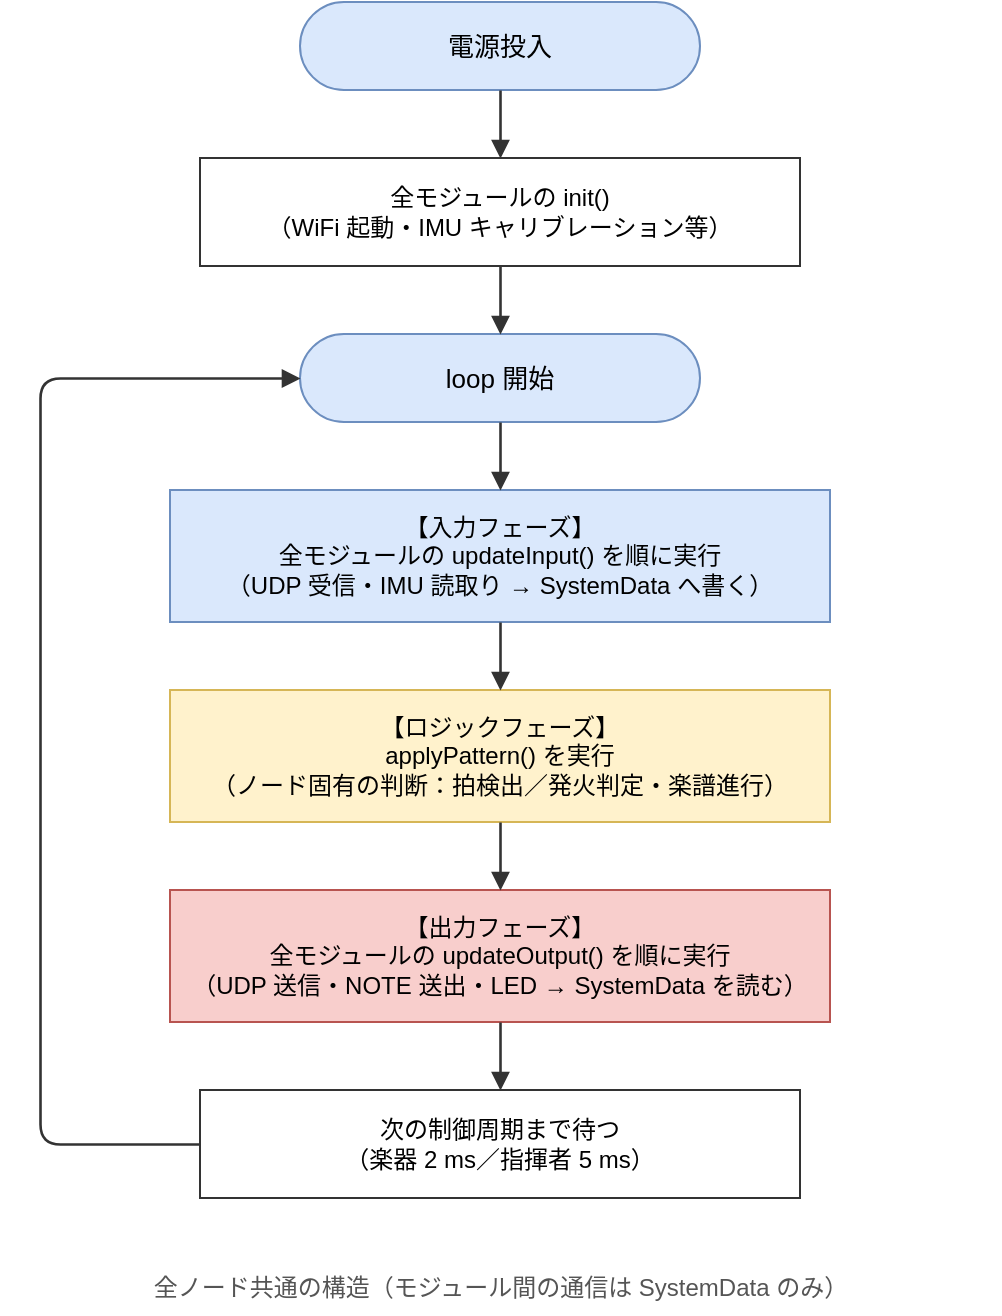
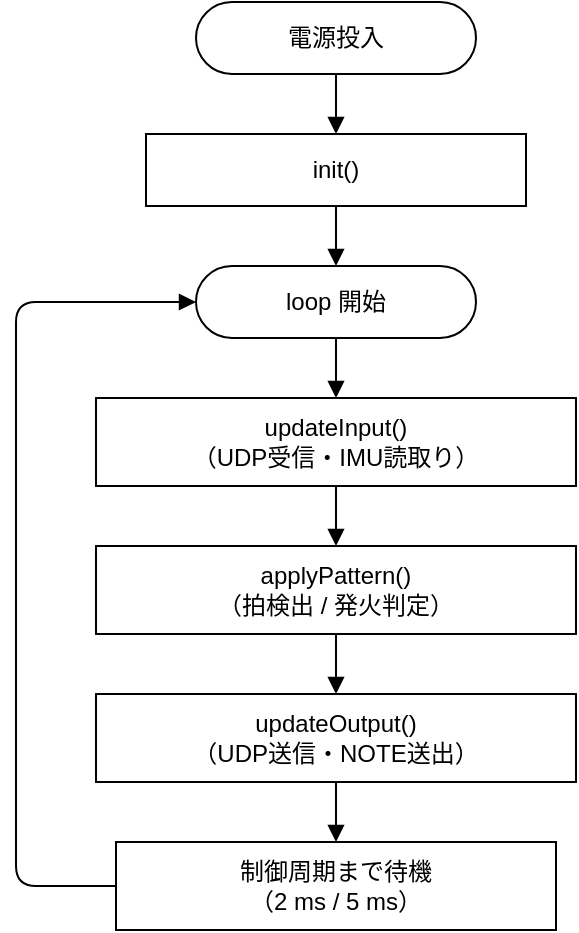
<mxfile host="Claude">
  <diagram id="main-loop" name="メインループ">
-     <mxGraphModel dx="700" dy="900" grid="0" gridSize="10" guides="1" tooltips="1" connect="1" arrows="1" fold="1" page="1" pageScale="1" pageWidth="700" pageHeight="900" math="0" shadow="0">
+     <mxGraphModel dx="540" dy="560" grid="0" gridSize="10" guides="1" tooltips="1" connect="1" arrows="1" fold="1" page="1" pageScale="1" pageWidth="540" pageHeight="560" math="0" shadow="0">
      <root>
        <mxCell id="0"/>
        <mxCell id="1" parent="0"/>
-         <mxCell id="start" value="電源投入" style="rounded=1;arcSize=50;whiteSpace=wrap;html=1;fillColor=#DAE8FC;strokeColor=#6C8EBF;fontSize=13;" vertex="1" parent="1"><mxGeometry x="250" y="30" width="200" height="44" as="geometry"/></mxCell>
-         <mxCell id="init" value="全モジュールの init()&lt;br&gt;（WiFi 起動・IMU キャリブレーション等）" style="rounded=0;whiteSpace=wrap;html=1;fillColor=#FFFFFF;strokeColor=#333333;fontSize=12;" vertex="1" parent="1"><mxGeometry x="200" y="108" width="300" height="54" as="geometry"/></mxCell>
-         <mxCell id="loopstart" value="loop 開始" style="rounded=1;arcSize=50;whiteSpace=wrap;html=1;fillColor=#DAE8FC;strokeColor=#6C8EBF;fontSize=13;" vertex="1" parent="1"><mxGeometry x="250" y="196" width="200" height="44" as="geometry"/></mxCell>
-         <mxCell id="ph1" value="【入力フェーズ】&lt;br&gt;全モジュールの updateInput() を順に実行&lt;br&gt;（UDP 受信・IMU 読取り → SystemData へ書く）" style="rounded=0;whiteSpace=wrap;html=1;fillColor=#DAE8FC;strokeColor=#6C8EBF;fontSize=12;" vertex="1" parent="1"><mxGeometry x="185" y="274" width="330" height="66" as="geometry"/></mxCell>
-         <mxCell id="ph2" value="【ロジックフェーズ】&lt;br&gt;applyPattern() を実行&lt;br&gt;（ノード固有の判断：拍検出／発火判定・楽譜進行）" style="rounded=0;whiteSpace=wrap;html=1;fillColor=#FFF2CC;strokeColor=#D6B656;fontSize=12;" vertex="1" parent="1"><mxGeometry x="185" y="374" width="330" height="66" as="geometry"/></mxCell>
-         <mxCell id="ph3" value="【出力フェーズ】&lt;br&gt;全モジュールの updateOutput() を順に実行&lt;br&gt;（UDP 送信・NOTE 送出・LED → SystemData を読む）" style="rounded=0;whiteSpace=wrap;html=1;fillColor=#F8CECC;strokeColor=#B85450;fontSize=12;" vertex="1" parent="1"><mxGeometry x="185" y="474" width="330" height="66" as="geometry"/></mxCell>
-         <mxCell id="wait" value="次の制御周期まで待つ&lt;br&gt;（楽器 2 ms／指揮者 5 ms）" style="rounded=0;whiteSpace=wrap;html=1;fillColor=#FFFFFF;strokeColor=#333333;fontSize=12;" vertex="1" parent="1"><mxGeometry x="200" y="574" width="300" height="54" as="geometry"/></mxCell>
-         <mxCell id="f1" style="endArrow=block;html=1;strokeColor=#333333;strokeWidth=1.3;exitX=0.5;exitY=1;entryX=0.5;entryY=0;" edge="1" parent="1" source="start" target="init"><mxGeometry relative="1" as="geometry"/></mxCell>
-         <mxCell id="f2" style="endArrow=block;html=1;strokeColor=#333333;strokeWidth=1.3;exitX=0.5;exitY=1;entryX=0.5;entryY=0;" edge="1" parent="1" source="init" target="loopstart"><mxGeometry relative="1" as="geometry"/></mxCell>
-         <mxCell id="f3" style="endArrow=block;html=1;strokeColor=#333333;strokeWidth=1.3;exitX=0.5;exitY=1;entryX=0.5;entryY=0;" edge="1" parent="1" source="loopstart" target="ph1"><mxGeometry relative="1" as="geometry"/></mxCell>
-         <mxCell id="f4" style="endArrow=block;html=1;strokeColor=#333333;strokeWidth=1.3;exitX=0.5;exitY=1;entryX=0.5;entryY=0;" edge="1" parent="1" source="ph1" target="ph2"><mxGeometry relative="1" as="geometry"/></mxCell>
-         <mxCell id="f5" style="endArrow=block;html=1;strokeColor=#333333;strokeWidth=1.3;exitX=0.5;exitY=1;entryX=0.5;entryY=0;" edge="1" parent="1" source="ph2" target="ph3"><mxGeometry relative="1" as="geometry"/></mxCell>
-         <mxCell id="f6" style="endArrow=block;html=1;strokeColor=#333333;strokeWidth=1.3;exitX=0.5;exitY=1;entryX=0.5;entryY=0;" edge="1" parent="1" source="ph3" target="wait"><mxGeometry relative="1" as="geometry"/></mxCell>
-         <mxCell id="ret" style="endArrow=block;html=1;strokeColor=#333333;strokeWidth=1.3;exitX=0;exitY=0.5;entryX=0;entryY=0.5;curved=0;edgeStyle=orthogonalEdgeStyle;" edge="1" parent="1" source="wait" target="loopstart"><mxGeometry relative="1" as="geometry"><Array as="points"><mxPoint x="120" y="601"/><mxPoint x="120" y="218"/></Array></mxGeometry></mxCell>
-         <mxCell id="note" value="全ノード共通の構造（モジュール間の通信は SystemData のみ）" style="text;html=1;align=center;verticalAlign=middle;fontSize=12;fontColor=#555555;" vertex="1" parent="1"><mxGeometry x="100" y="660" width="500" height="26" as="geometry"/></mxCell>
+         <mxCell id="start" value="電源投入" style="rounded=1;arcSize=50;whiteSpace=wrap;html=1;fillColor=#FFFFFF;strokeColor=#000000;fontSize=12;" vertex="1" parent="1"><mxGeometry x="180" y="20" width="140" height="36" as="geometry"/></mxCell>
+         <mxCell id="init" value="init()" style="whiteSpace=wrap;html=1;fillColor=#FFFFFF;strokeColor=#000000;fontSize=12;" vertex="1" parent="1"><mxGeometry x="155" y="86" width="190" height="36" as="geometry"/></mxCell>
+         <mxCell id="loopstart" value="loop 開始" style="rounded=1;arcSize=50;whiteSpace=wrap;html=1;fillColor=#FFFFFF;strokeColor=#000000;fontSize=12;" vertex="1" parent="1"><mxGeometry x="180" y="152" width="140" height="36" as="geometry"/></mxCell>
+         <mxCell id="ph1" value="updateInput()&lt;br&gt;（UDP受信・IMU読取り）" style="whiteSpace=wrap;html=1;fillColor=#FFFFFF;strokeColor=#000000;fontSize=12;" vertex="1" parent="1"><mxGeometry x="130" y="218" width="240" height="44" as="geometry"/></mxCell>
+         <mxCell id="ph2" value="applyPattern()&lt;br&gt;（拍検出 / 発火判定）" style="whiteSpace=wrap;html=1;fillColor=#FFFFFF;strokeColor=#000000;fontSize=12;" vertex="1" parent="1"><mxGeometry x="130" y="292" width="240" height="44" as="geometry"/></mxCell>
+         <mxCell id="ph3" value="updateOutput()&lt;br&gt;（UDP送信・NOTE送出）" style="whiteSpace=wrap;html=1;fillColor=#FFFFFF;strokeColor=#000000;fontSize=12;" vertex="1" parent="1"><mxGeometry x="130" y="366" width="240" height="44" as="geometry"/></mxCell>
+         <mxCell id="wait" value="制御周期まで待機&lt;br&gt;（2 ms / 5 ms）" style="whiteSpace=wrap;html=1;fillColor=#FFFFFF;strokeColor=#000000;fontSize=12;" vertex="1" parent="1"><mxGeometry x="140" y="440" width="220" height="44" as="geometry"/></mxCell>
+         <mxCell id="f1" style="endArrow=block;endFill=1;html=1;strokeColor=#000000;strokeWidth=1;exitX=0.5;exitY=1;entryX=0.5;entryY=0;" edge="1" parent="1" source="start" target="init"><mxGeometry relative="1" as="geometry"/></mxCell>
+         <mxCell id="f2" style="endArrow=block;endFill=1;html=1;strokeColor=#000000;strokeWidth=1;exitX=0.5;exitY=1;entryX=0.5;entryY=0;" edge="1" parent="1" source="init" target="loopstart"><mxGeometry relative="1" as="geometry"/></mxCell>
+         <mxCell id="f3" style="endArrow=block;endFill=1;html=1;strokeColor=#000000;strokeWidth=1;exitX=0.5;exitY=1;entryX=0.5;entryY=0;" edge="1" parent="1" source="loopstart" target="ph1"><mxGeometry relative="1" as="geometry"/></mxCell>
+         <mxCell id="f4" style="endArrow=block;endFill=1;html=1;strokeColor=#000000;strokeWidth=1;exitX=0.5;exitY=1;entryX=0.5;entryY=0;" edge="1" parent="1" source="ph1" target="ph2"><mxGeometry relative="1" as="geometry"/></mxCell>
+         <mxCell id="f5" style="endArrow=block;endFill=1;html=1;strokeColor=#000000;strokeWidth=1;exitX=0.5;exitY=1;entryX=0.5;entryY=0;" edge="1" parent="1" source="ph2" target="ph3"><mxGeometry relative="1" as="geometry"/></mxCell>
+         <mxCell id="f6" style="endArrow=block;endFill=1;html=1;strokeColor=#000000;strokeWidth=1;exitX=0.5;exitY=1;entryX=0.5;entryY=0;" edge="1" parent="1" source="ph3" target="wait"><mxGeometry relative="1" as="geometry"/></mxCell>
+         <mxCell id="ret" style="endArrow=block;endFill=1;html=1;strokeColor=#000000;strokeWidth=1;exitX=0;exitY=0.5;entryX=0;entryY=0.5;edgeStyle=orthogonalEdgeStyle;" edge="1" parent="1" source="wait" target="loopstart"><mxGeometry relative="1" as="geometry"><Array as="points"><mxPoint x="90" y="462"/><mxPoint x="90" y="170"/></Array></mxGeometry></mxCell>
      </root>
    </mxGraphModel>
  </diagram>
</mxfile>
